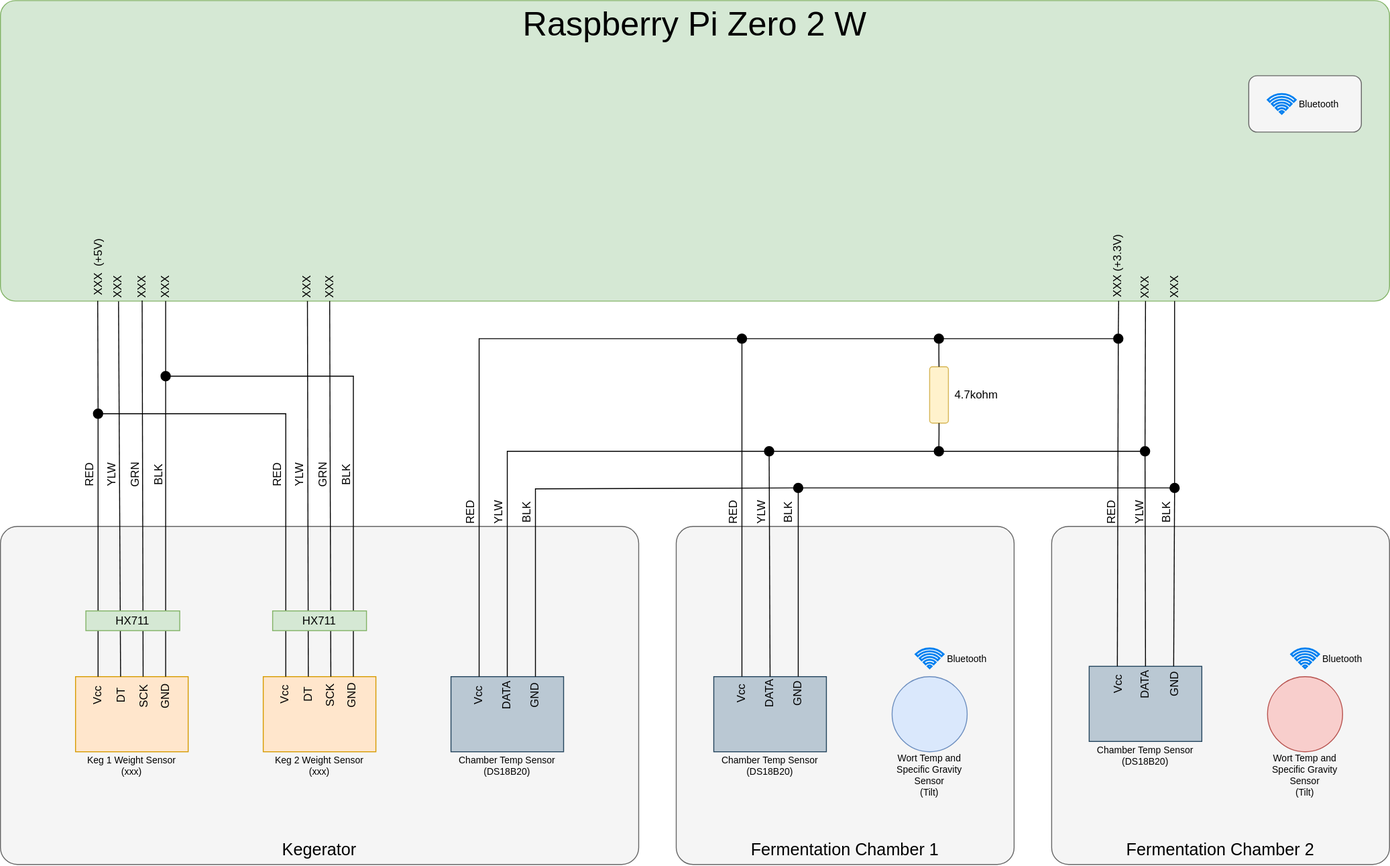
This is BreweryMonitor.drawio.svg from austinshinkle/OB_BreweryMonitor, a draw.io export, as it was before one commit. Source tidied: cells renumbered, new cells last; positions are measured from the earlier drawing's top-left corner, leaving out a move shared by most shapes.
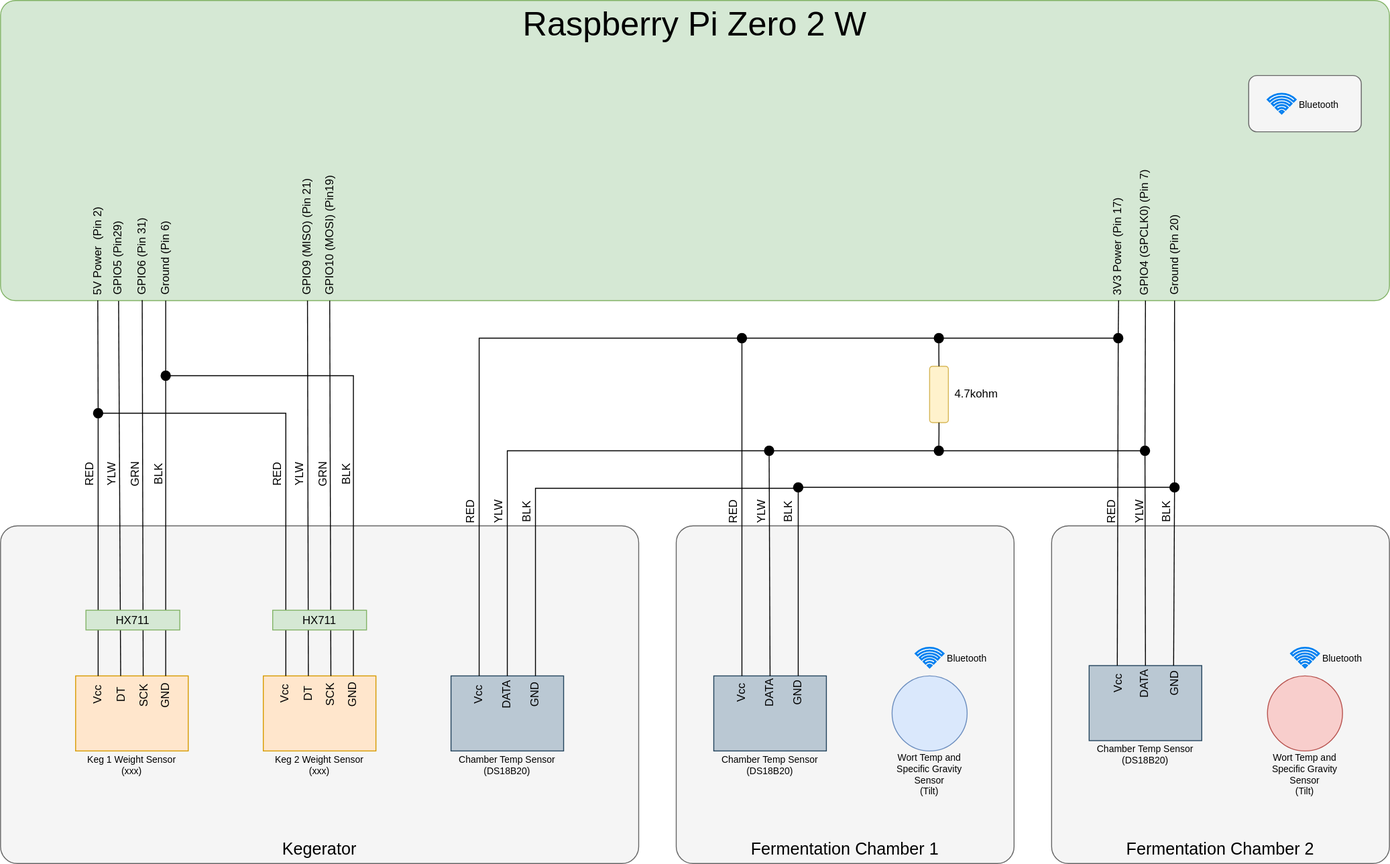
Above is the later version.

The edit, as a diff of the source:
```diff
@@ -344,32 +344,32 @@
     <mxCell id="104" value="YLW" style="text;html=1;align=center;verticalAlign=middle;whiteSpace=wrap;rounded=0;horizontal=1;rotation=-90;" parent="1" vertex="1">
       <mxGeometry x="1199" y="540" width="30" height="10" as="geometry" />
     </mxCell>
-    <mxCell id="105" value="XXX&amp;nbsp; (+5V)" style="text;html=1;align=center;verticalAlign=middle;whiteSpace=wrap;rounded=0;horizontal=1;rotation=-90;" parent="1" vertex="1">
-      <mxGeometry x="68.5" y="279.5" width="71" height="10" as="geometry" />
+    <mxCell id="105" value="&lt;div align=&quot;left&quot;&gt;5V Power&amp;nbsp; (Pin 2)&lt;/div&gt;" style="text;html=1;align=left;verticalAlign=middle;whiteSpace=wrap;rounded=0;horizontal=1;rotation=-90;" parent="1" vertex="1">
+      <mxGeometry x="50.6" y="258" width="106.8" height="10" as="geometry" />
     </mxCell>
-    <mxCell id="106" value="XXX" style="text;html=1;align=center;verticalAlign=middle;whiteSpace=wrap;rounded=0;horizontal=1;rotation=-90;" parent="1" vertex="1">
-      <mxGeometry x="110" y="300" width="30" height="10" as="geometry" />
+    <mxCell id="106" value="GPIO5 (Pin29)" style="text;html=1;align=left;verticalAlign=middle;whiteSpace=wrap;rounded=0;horizontal=1;rotation=-90;" parent="1" vertex="1">
+      <mxGeometry x="80" y="266" width="90" height="10" as="geometry" />
     </mxCell>
-    <mxCell id="107" value="XXX" style="text;html=1;align=center;verticalAlign=middle;whiteSpace=wrap;rounded=0;horizontal=1;rotation=-90;" parent="1" vertex="1">
-      <mxGeometry x="136" y="300" width="30" height="10" as="geometry" />
+    <mxCell id="107" value="GPIO6 (Pin 31)" style="text;html=1;align=left;verticalAlign=middle;whiteSpace=wrap;rounded=0;horizontal=1;rotation=-90;" parent="1" vertex="1">
+      <mxGeometry x="99" y="259" width="104" height="10" as="geometry" />
     </mxCell>
-    <mxCell id="108" value="XXX" style="text;html=1;align=center;verticalAlign=middle;whiteSpace=wrap;rounded=0;horizontal=1;rotation=-90;" parent="1" vertex="1">
-      <mxGeometry x="161" y="300" width="30" height="10" as="geometry" />
+    <mxCell id="108" value="Ground (Pin 6)" style="text;html=1;align=left;verticalAlign=middle;whiteSpace=wrap;rounded=0;horizontal=1;rotation=-90;" parent="1" vertex="1">
+      <mxGeometry x="131.8" y="266.8" width="88.5" height="10" as="geometry" />
     </mxCell>
-    <mxCell id="109" value="XXX" style="text;html=1;align=center;verticalAlign=middle;whiteSpace=wrap;rounded=0;horizontal=1;rotation=-90;" parent="1" vertex="1">
-      <mxGeometry x="312" y="300" width="30" height="10" as="geometry" />
+    <mxCell id="109" value="&lt;div&gt;GPIO9 (MISO) (Pin 21)&lt;br&gt;&lt;/div&gt;" style="text;html=1;align=left;verticalAlign=middle;whiteSpace=wrap;rounded=0;horizontal=1;rotation=-90;" parent="1" vertex="1">
+      <mxGeometry x="263" y="247" width="128" height="10" as="geometry" />
     </mxCell>
-    <mxCell id="110" value="XXX" style="text;html=1;align=center;verticalAlign=middle;whiteSpace=wrap;rounded=0;horizontal=1;rotation=-90;" parent="1" vertex="1">
-      <mxGeometry x="336" y="300" width="30" height="10" as="geometry" />
+    <mxCell id="110" value="GPIO10 (MOSI) (Pin19)" style="text;html=1;align=left;verticalAlign=middle;whiteSpace=wrap;rounded=0;horizontal=1;rotation=-90;" parent="1" vertex="1">
+      <mxGeometry x="279" y="239" width="144" height="10" as="geometry" />
     </mxCell>
-    <mxCell id="111" value="XXX (+3.3V)" style="text;html=1;align=center;verticalAlign=middle;whiteSpace=wrap;rounded=0;horizontal=1;rotation=-90;" parent="1" vertex="1">
-      <mxGeometry x="1153.2" y="277.7" width="74.5" height="10" as="geometry" />
+    <mxCell id="111" value="3V3 Power (Pin 17)" style="text;html=1;align=center;verticalAlign=middle;whiteSpace=wrap;rounded=0;horizontal=1;rotation=-90;" parent="1" vertex="1">
+      <mxGeometry x="1137.1" y="257.6" width="106.8" height="10" as="geometry" />
     </mxCell>
-    <mxCell id="112" value="XXX" style="text;html=1;align=center;verticalAlign=middle;whiteSpace=wrap;rounded=0;horizontal=1;rotation=-90;" parent="1" vertex="1">
-      <mxGeometry x="1204.5" y="300" width="30" height="10" as="geometry" />
+    <mxCell id="112" value="GPIO4 (GPCLK0) (Pin 7)" style="text;html=1;align=left;verticalAlign=middle;whiteSpace=wrap;rounded=0;horizontal=1;rotation=-90;" parent="1" vertex="1">
+      <mxGeometry x="1137.8" y="229.4" width="163.3" height="10" as="geometry" />
     </mxCell>
-    <mxCell id="113" value="XXX" style="text;html=1;align=center;verticalAlign=middle;whiteSpace=wrap;rounded=0;horizontal=1;rotation=-90;" parent="1" vertex="1">
-      <mxGeometry x="1236" y="300" width="30" height="10" as="geometry" />
+    <mxCell id="113" value="Ground (Pin 20)" style="text;html=1;align=left;verticalAlign=middle;whiteSpace=wrap;rounded=0;horizontal=1;rotation=-90;" parent="1" vertex="1">
+      <mxGeometry x="1204" y="264" width="94" height="10" as="geometry" />
     </mxCell>
     <mxCell id="114" style="rounded=1;whiteSpace=wrap;html=1;fillColor=#f5f5f5;fontColor=#333333;strokeColor=#666666;" parent="1" vertex="1">
       <mxGeometry x="1330" y="80" width="120" height="60" as="geometry" />
```
